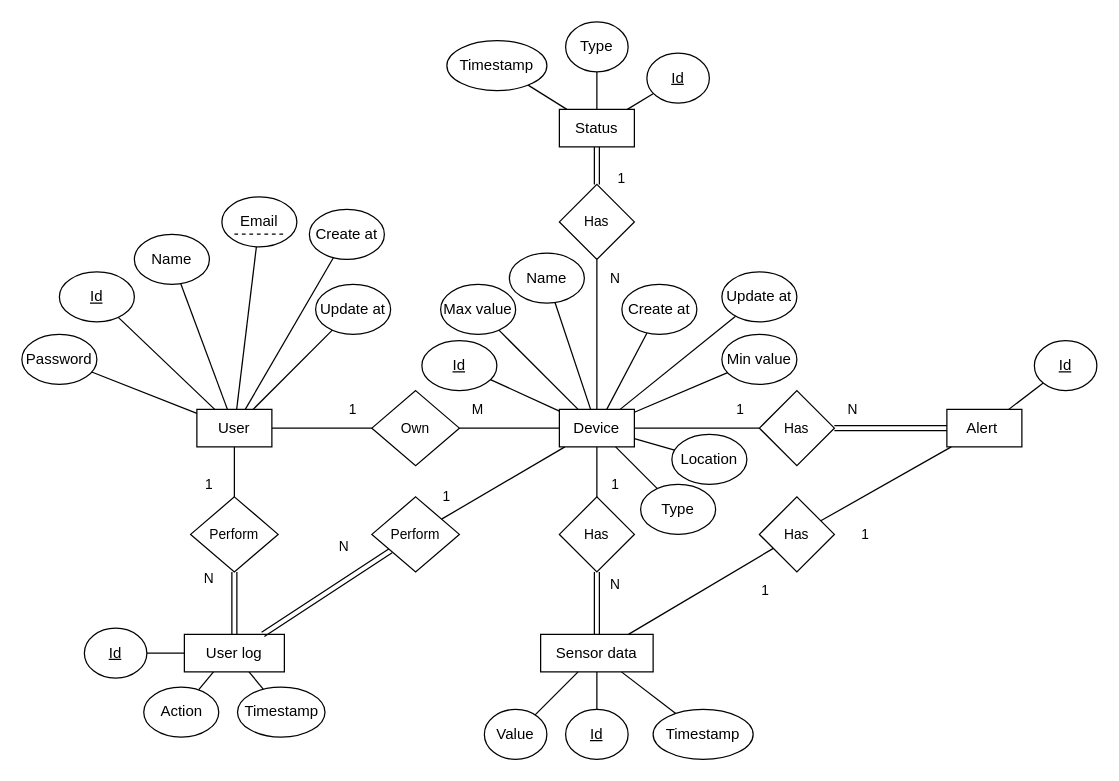
This is sql/erd.drawio from tien0246/yolohome-backend, a draw.io file, before an edit. Source tidied: cells renumbered, new cells numbered last; positions are measured from the earlier drawing's top-left corner, leaving out a move shared by most shapes. Both pictures are drawn from the tidied source at 125%, with x=0, y=0 at pixel (21, 21).
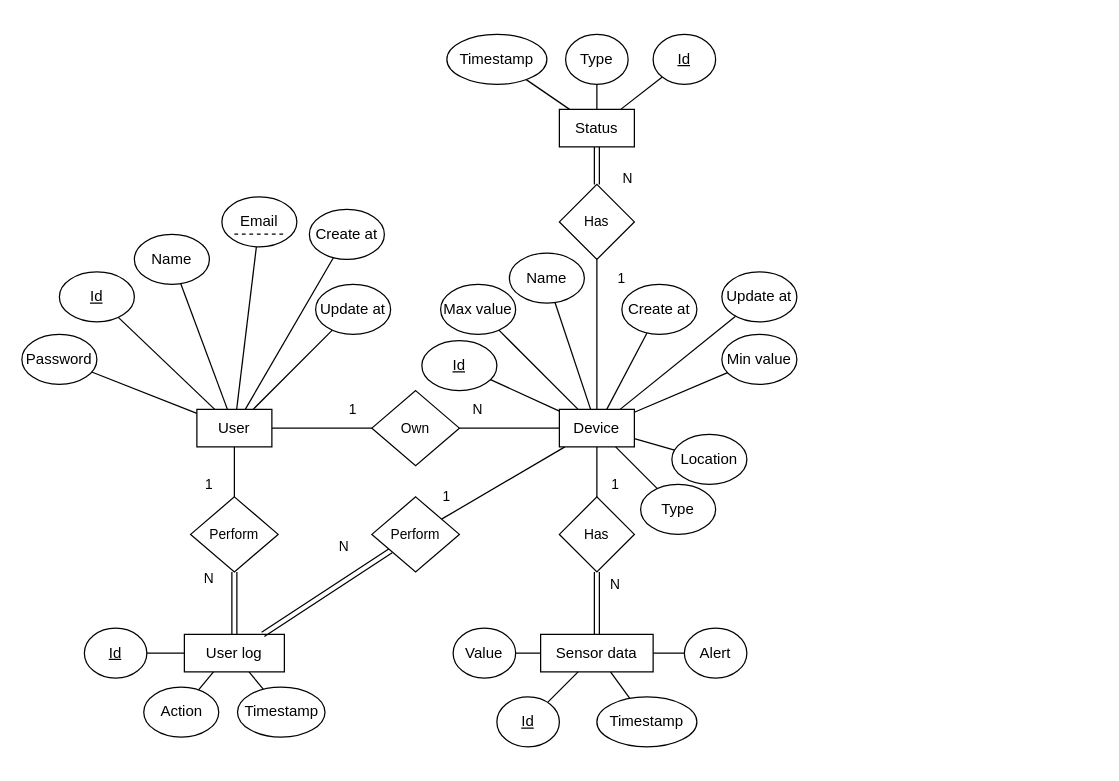
The same diagram, later.

Unchanged cells that the change refers to:
```xml
<mxCell id="11" value="&lt;div&gt;Device&lt;/div&gt;" style="rounded=0;whiteSpace=wrap;html=1;" parent="1" vertex="1">
  <mxGeometry x="430" y="310" width="60" height="30" as="geometry" />
</mxCell>
<mxCell id="14" value="&lt;div&gt;Sensor data&lt;/div&gt;" style="rounded=0;whiteSpace=wrap;html=1;" parent="1" vertex="1">
  <mxGeometry x="415" y="490" width="90" height="30" as="geometry" />
</mxCell>
```

What changed in the source:
```diff
@@
-    <mxCell id="8" style="edgeStyle=none;shape=connector;rounded=0;jettySize=auto;html=1;strokeColor=default;align=center;verticalAlign=middle;fontFamily=Helvetica;fontSize=11;fontColor=default;labelBackgroundColor=default;endArrow=none;endFill=0;" parent="1" edge="1" source="11" target="55">
-      <mxGeometry relative="1" as="geometry" />
-    </mxCell>
@@
-    <mxCell id="13" style="edgeStyle=none;shape=connector;rounded=0;jettySize=auto;html=1;strokeColor=default;align=center;verticalAlign=middle;fontFamily=Helvetica;fontSize=11;fontColor=default;labelBackgroundColor=default;endArrow=none;endFill=0;" parent="1" edge="1" source="14" target="86">
-      <mxGeometry relative="1" as="geometry" />
-    </mxCell>
@@
-    <mxCell id="30" value="M" style="text;html=1;align=center;verticalAlign=middle;whiteSpace=wrap;rounded=0;fontFamily=Helvetica;fontSize=11;fontColor=default;labelBackgroundColor=default;" parent="1" vertex="1">
+    <mxCell id="30" value="N" style="text;html=1;align=center;verticalAlign=middle;whiteSpace=wrap;rounded=0;fontFamily=Helvetica;fontSize=11;fontColor=default;labelBackgroundColor=default;" parent="1" vertex="1">
       <mxGeometry x="350" y="295" width="30" height="30" as="geometry" />
     </mxCell>
@@
-    <mxCell id="53" value="&lt;div&gt;Alert&amp;nbsp;&lt;/div&gt;" style="rounded=0;whiteSpace=wrap;html=1;" parent="1" vertex="1">
-      <mxGeometry x="740" y="310" width="60" height="30" as="geometry" />
-    </mxCell>
-    <mxCell id="54" style="edgeStyle=none;shape=link;rounded=0;jettySize=auto;html=1;strokeColor=default;align=center;verticalAlign=middle;fontFamily=Helvetica;fontSize=11;fontColor=default;labelBackgroundColor=default;endArrow=none;endFill=0;" parent="1" edge="1" source="55" target="53">
-      <mxGeometry relative="1" as="geometry" />
-    </mxCell>
-    <mxCell id="55" value="Has" style="rhombus;whiteSpace=wrap;html=1;fontFamily=Helvetica;fontSize=11;fontColor=default;labelBackgroundColor=default;" parent="1" vertex="1">
-      <mxGeometry x="590" y="295" width="60" height="60" as="geometry" />
-    </mxCell>
-    <mxCell id="56" value="1" style="text;html=1;align=center;verticalAlign=middle;whiteSpace=wrap;rounded=0;fontFamily=Helvetica;fontSize=11;fontColor=default;labelBackgroundColor=default;" parent="1" vertex="1">
-      <mxGeometry x="560" y="295" width="30" height="30" as="geometry" />
-    </mxCell>
-    <mxCell id="57" value="N" style="text;html=1;align=center;verticalAlign=middle;whiteSpace=wrap;rounded=0;fontFamily=Helvetica;fontSize=11;fontColor=default;labelBackgroundColor=default;" parent="1" vertex="1">
-      <mxGeometry x="650" y="295" width="30" height="30" as="geometry" />
-    </mxCell>
-    <mxCell id="58" style="edgeStyle=none;shape=connector;rounded=0;jettySize=auto;html=1;strokeColor=default;align=center;verticalAlign=middle;fontFamily=Helvetica;fontSize=11;fontColor=default;labelBackgroundColor=default;endArrow=none;endFill=0;" parent="1" edge="1" source="59" target="53">
-      <mxGeometry relative="1" as="geometry" />
-    </mxCell>
-    <mxCell id="59" value="&lt;u&gt;Id&lt;/u&gt;" style="ellipse;whiteSpace=wrap;html=1;" parent="1" vertex="1">
-      <mxGeometry x="810" y="255" width="50" height="40" as="geometry" />
-    </mxCell>
@@
     <mxCell id="61" value="Value" style="ellipse;whiteSpace=wrap;html=1;" parent="1" vertex="1">
-      <mxGeometry x="370" y="550" width="50" height="40" as="geometry" />
+      <mxGeometry x="345" y="485" width="50" height="40" as="geometry" />
     </mxCell>
@@
     <mxCell id="63" value="&lt;u&gt;Id&lt;/u&gt;" style="ellipse;whiteSpace=wrap;html=1;" parent="1" vertex="1">
-      <mxGeometry x="435" y="550" width="50" height="40" as="geometry" />
+      <mxGeometry x="380" y="540" width="50" height="40" as="geometry" />
     </mxCell>
     <mxCell id="64" value="Timestamp" style="ellipse;whiteSpace=wrap;html=1;" parent="1" vertex="1">
-      <mxGeometry x="505" y="550" width="80" height="40" as="geometry" />
+      <mxGeometry x="460" y="540" width="80" height="40" as="geometry" />
     </mxCell>
@@
     <mxCell id="78" value="Timestamp" style="ellipse;whiteSpace=wrap;html=1;" parent="1" vertex="1">
-      <mxGeometry x="340" y="15" width="80" height="40" as="geometry" />
+      <mxGeometry x="340" y="10" width="80" height="40" as="geometry" />
     </mxCell>
@@
     <mxCell id="80" value="Type" style="ellipse;whiteSpace=wrap;html=1;" parent="1" vertex="1">
-      <mxGeometry x="435" width="50" height="40" as="geometry" />
+      <mxGeometry x="435" y="10" width="50" height="40" as="geometry" />
     </mxCell>
@@
     <mxCell id="82" value="&lt;u&gt;Id&lt;/u&gt;" style="ellipse;whiteSpace=wrap;html=1;" parent="1" vertex="1">
-      <mxGeometry x="500" y="25" width="50" height="40" as="geometry" />
+      <mxGeometry x="505" y="10" width="50" height="40" as="geometry" />
     </mxCell>
     <mxCell id="83" value="N" style="text;html=1;align=center;verticalAlign=middle;whiteSpace=wrap;rounded=0;fontFamily=Helvetica;fontSize=11;fontColor=default;labelBackgroundColor=default;" parent="1" vertex="1">
-      <mxGeometry x="460" y="190" width="30" height="30" as="geometry" />
+      <mxGeometry x="470" y="110" width="30" height="30" as="geometry" />
     </mxCell>
     <mxCell id="84" value="1" style="text;html=1;align=center;verticalAlign=middle;whiteSpace=wrap;rounded=0;fontFamily=Helvetica;fontSize=11;fontColor=default;labelBackgroundColor=default;" parent="1" vertex="1">
-      <mxGeometry x="465" y="110" width="30" height="30" as="geometry" />
+      <mxGeometry x="465" y="190" width="30" height="30" as="geometry" />
     </mxCell>
-    <mxCell id="85" style="edgeStyle=none;shape=connector;rounded=0;jettySize=auto;html=1;strokeColor=default;align=center;verticalAlign=middle;fontFamily=Helvetica;fontSize=11;fontColor=default;labelBackgroundColor=default;endArrow=none;endFill=0;" parent="1" edge="1" source="86" target="53">
-      <mxGeometry relative="1" as="geometry" />
-    </mxCell>
-    <mxCell id="86" value="Has" style="rhombus;whiteSpace=wrap;html=1;fontFamily=Helvetica;fontSize=11;fontColor=default;labelBackgroundColor=default;" parent="1" vertex="1">
-      <mxGeometry x="590" y="380" width="60" height="60" as="geometry" />
-    </mxCell>
-    <mxCell id="87" value="1" style="text;html=1;align=center;verticalAlign=middle;whiteSpace=wrap;rounded=0;fontFamily=Helvetica;fontSize=11;fontColor=default;labelBackgroundColor=default;" parent="1" vertex="1">
-      <mxGeometry x="580" y="440" width="30" height="30" as="geometry" />
-    </mxCell>
-    <mxCell id="88" value="1" style="text;html=1;align=center;verticalAlign=middle;whiteSpace=wrap;rounded=0;fontFamily=Helvetica;fontSize=11;fontColor=default;labelBackgroundColor=default;" parent="1" vertex="1">
-      <mxGeometry x="660" y="395" width="30" height="30" as="geometry" />
-    </mxCell>
@@
+    <mxCell id="92" style="rounded=0;jettySize=auto;html=1;endArrow=none;endFill=0;" parent="1" edge="1" source="53" target="14">
+      <mxGeometry relative="1" as="geometry" />
+    </mxCell>
+    <mxCell id="53" value="Alert" style="ellipse;whiteSpace=wrap;html=1;" parent="1" vertex="1">
+      <mxGeometry x="530" y="485" width="50" height="40" as="geometry" />
+    </mxCell>
```
